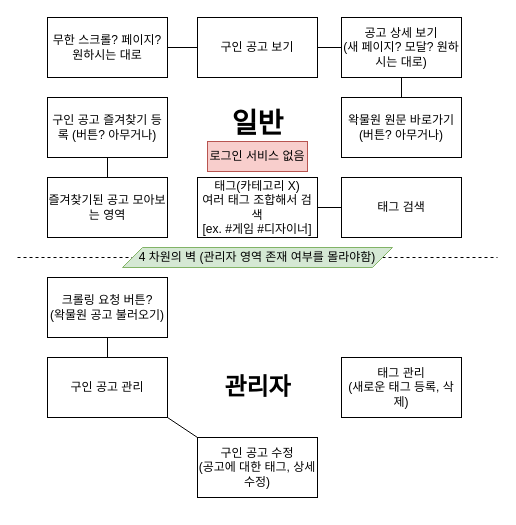
This is blueprint.drawio from ChimPlanet/ChimPlanet-front, a draw.io file, before an edit. Source tidied: cells renumbered, new cells numbered last; positions are measured from the earlier drawing's top-left corner, leaving out a move shared by most shapes. Both pictures are drawn from the tidied source at 100%, with x=0, y=0 at pixel (17, 17).
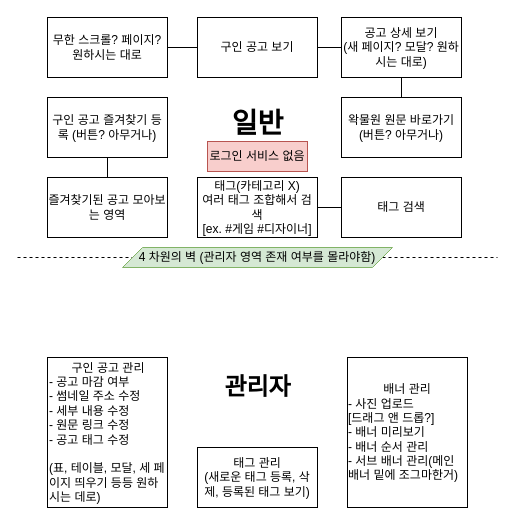
The same diagram, later.

Change to the diagram source:
```diff
@@
-    <mxCell id="10" value="크롤링 요청 버튼?&lt;br&gt;(왁물원 공고 불러오기)" style="rounded=0;whiteSpace=wrap;html=1;" parent="1" vertex="1">
-      <mxGeometry x="30" y="260" width="120" height="60" as="geometry" />
-    </mxCell>
@@
-    <mxCell id="12" value="구인 공고 관리" style="rounded=0;whiteSpace=wrap;html=1;" parent="1" vertex="1">
-      <mxGeometry x="30" y="340" width="120" height="60" as="geometry" />
+    <mxCell id="12" value="&lt;div style=&quot;text-align: center;&quot;&gt;&lt;span style=&quot;background-color: initial;&quot;&gt;구인 공고 관리&lt;/span&gt;&lt;/div&gt;&lt;div style=&quot;&quot;&gt;&lt;span style=&quot;background-color: initial;&quot;&gt;- 공고 마감 여부&lt;/span&gt;&lt;/div&gt;&lt;div style=&quot;&quot;&gt;&lt;span style=&quot;background-color: initial;&quot;&gt;- 썸네일 주소 수정&lt;/span&gt;&lt;/div&gt;&lt;div style=&quot;&quot;&gt;&lt;span style=&quot;background-color: initial;&quot;&gt;- 세부 내용 수정&lt;/span&gt;&lt;/div&gt;&lt;div style=&quot;&quot;&gt;&lt;span style=&quot;background-color: initial;&quot;&gt;- 원문 링크 수정&lt;br&gt;&lt;/span&gt;&lt;/div&gt;&lt;div style=&quot;&quot;&gt;&lt;span style=&quot;background-color: initial;&quot;&gt;- 공고 태그 수정&lt;br&gt;&lt;/span&gt;&lt;/div&gt;&lt;div style=&quot;&quot;&gt;&lt;span style=&quot;background-color: initial;&quot;&gt;&lt;br&gt;&lt;/span&gt;&lt;/div&gt;&lt;div style=&quot;&quot;&gt;(표, 테이블, 모달, 세 페이지 띄우기 등등 원하시는 데로)&lt;br&gt;&lt;/div&gt;" style="rounded=0;whiteSpace=wrap;html=1;align=left;" parent="1" vertex="1">
+      <mxGeometry x="30" y="340" width="120" height="150" as="geometry" />
     </mxCell>
-    <mxCell id="13" value="구인 공고 수정&lt;br&gt;(공고에 대한 태그, 상세 수정)" style="rounded=0;whiteSpace=wrap;html=1;" parent="1" vertex="1">
-      <mxGeometry x="180" y="420" width="120" height="60" as="geometry" />
-    </mxCell>
@@
-    <mxCell id="15" value="태그 관리&lt;br&gt;(새로운 태그 등록, 삭제)" style="rounded=0;whiteSpace=wrap;html=1;" parent="1" vertex="1">
-      <mxGeometry x="324" y="340" width="120" height="60" as="geometry" />
+    <mxCell id="15" value="태그 관리&lt;br&gt;(새로운 태그 등록, 삭제, 등록된 태그 보기)" style="rounded=0;whiteSpace=wrap;html=1;" parent="1" vertex="1">
+      <mxGeometry x="180" y="430" width="120" height="60" as="geometry" />
     </mxCell>
-    <mxCell id="16" style="endArrow=none;html=1;entryX=0.5;entryY=1;entryDx=0;entryDy=0;exitX=0.5;exitY=0;exitDx=0;exitDy=0;" parent="1" edge="1" source="12" target="10">
-      <mxGeometry relative="1" as="geometry" />
-    </mxCell>
@@
-    <mxCell id="22" style="endArrow=none;html=1;entryX=1;entryY=1;entryDx=0;entryDy=0;exitX=0;exitY=0;exitDx=0;exitDy=0;" parent="1" edge="1" source="13" target="12">
-      <mxGeometry relative="1" as="geometry" />
-    </mxCell>
@@
+    <mxCell id="27" value="배너 관리&lt;br&gt;&lt;div style=&quot;text-align: left;&quot;&gt;&lt;span style=&quot;background-color: initial;&quot;&gt;- 사진 업로드&lt;/span&gt;&lt;/div&gt;&lt;div style=&quot;text-align: left;&quot;&gt;&lt;span style=&quot;background-color: initial;&quot;&gt;[드래그 앤 드롭?]&lt;/span&gt;&lt;/div&gt;&lt;div style=&quot;text-align: left;&quot;&gt;&lt;span style=&quot;background-color: initial;&quot;&gt;- 배너 미리보기&lt;/span&gt;&lt;/div&gt;&lt;div style=&quot;text-align: left;&quot;&gt;&lt;span style=&quot;background-color: initial;&quot;&gt;- 배너 순서 관리&lt;/span&gt;&lt;/div&gt;&lt;div style=&quot;text-align: left;&quot;&gt;&lt;span style=&quot;background-color: initial;&quot;&gt;- 서브 배너 관리(메인 배너 밑에 조그마한거)&lt;/span&gt;&lt;/div&gt;" style="rounded=0;whiteSpace=wrap;html=1;" parent="1" vertex="1">
+      <mxGeometry x="330" y="340" width="120" height="150" as="geometry" />
+    </mxCell>
```
